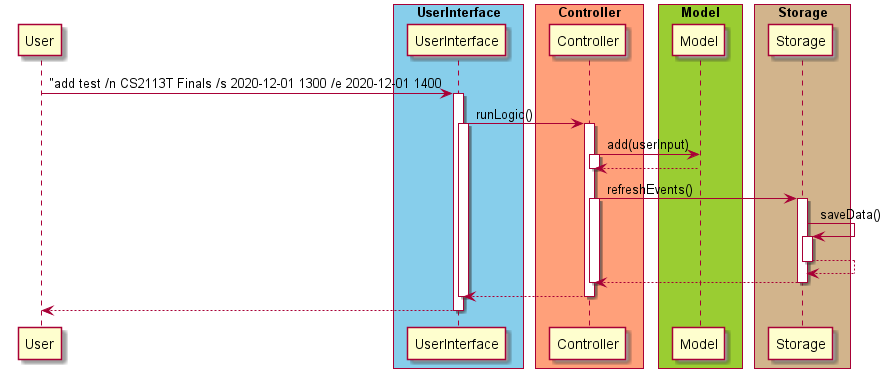
untitle4/tp keeps this PlantUML diagram as docs/diagram/ExampleSequence.png. Above is the earlier version. The source it was exported from:
```plantuml
@startuml

skinparam ParticipantPadding 10
skinparam BoxPadding 5

participant User

box "UserInterface" #skyblue
participant UserInterface
end box

box "Controller" #LightSalmon
participant Controller
end box

box "Model" #YellowGreen
participant Model
end box

box "Storage" #Tan
participant Storage
end box


User -> UserInterface: "add test /n CS2113T Finals /s 2020-12-01 1300 /e 2020-12-01 1400
activate UserInterface
UserInterface -> Controller: runLogic()
activate UserInterface
activate Controller
Controller -> Model: add(userInput)
activate Controller
Model --> Controller
deactivate Controller
Controller -> Storage: refreshEvents()
activate Controller
activate Storage
Storage -> Storage: saveData()
activate Storage
Storage --> Storage
deactivate Storage
Storage --> Controller
deactivate Storage
deactivate Controller
Controller --> UserInterface
deactivate Controller
deactivate UserInterface
UserInterface --> User
deactivate UserInterface
deactivate User
@enduml
```
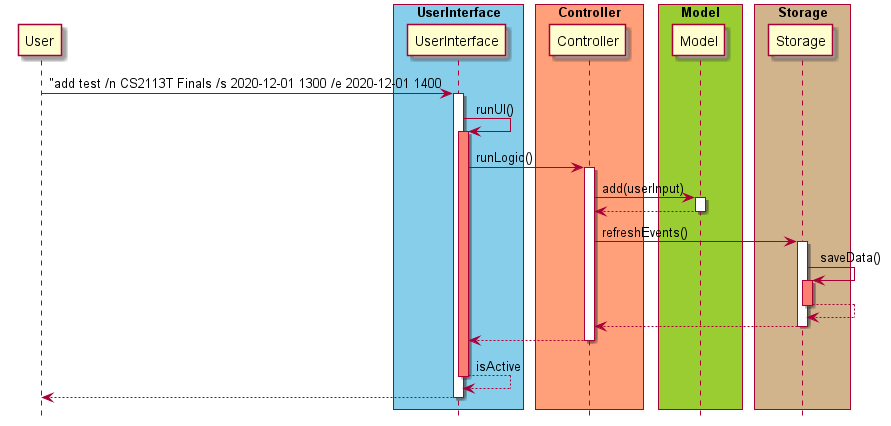
Above is the later version.

What changed in the source:
```diff
@@ -2,6 +2,7 @@
 
 skinparam ParticipantPadding 10
 skinparam BoxPadding 5
+hide footbox
 
 participant User
 
@@ -24,25 +25,25 @@
 
 User -> UserInterface: "add test /n CS2113T Finals /s 2020-12-01 1300 /e 2020-12-01 1400
 activate UserInterface
+UserInterface -> UserInterface :runUI()
+activate UserInterface #salmon
 UserInterface -> Controller: runLogic()
-activate UserInterface
 activate Controller
 Controller -> Model: add(userInput)
-activate Controller
+activate Model
 Model --> Controller
-deactivate Controller
+deactivate Model
 Controller -> Storage: refreshEvents()
-activate Controller
 activate Storage
 Storage -> Storage: saveData()
-activate Storage
+activate Storage #salmon
 Storage --> Storage
 deactivate Storage
 Storage --> Controller
 deactivate Storage
-deactivate Controller
 Controller --> UserInterface
 deactivate Controller
+UserInterface --> UserInterface : isActive
 deactivate UserInterface
 UserInterface --> User
 deactivate UserInterface
```
